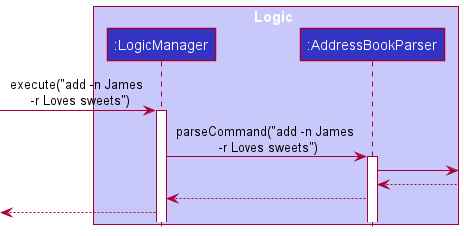
The PlantUML diagram docs/images/AddSequenceDiagram1.png in nus-cs2103-AY2021S2/tp, before a commit. The source it was exported from:
```plantuml
@startuml
!include style.puml

box Logic LOGIC_COLOR_T1
participant ":LogicManager" as LogicManager LOGIC_COLOR
participant ":AddressBookParser" as AddressBookParser LOGIC_COLOR
end box

[-> LogicManager : execute("add -n James \n -r Loves sweets")
activate LogicManager

LogicManager -> AddressBookParser : parseCommand("add -n James \n -r Loves sweets")
activate AddressBookParser

AddressBookParser ->
AddressBookParser <--

LogicManager <-- AddressBookParser

<-- LogicManager

@enduml
```
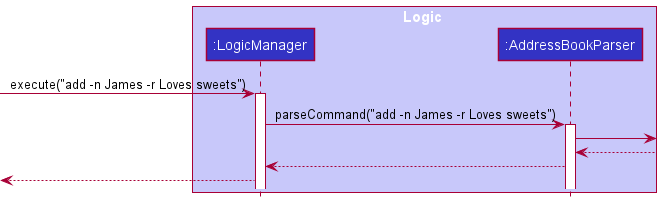
The same diagram one commit later.

Change to the diagram source:
```diff
@@ -6,10 +6,10 @@
 participant ":AddressBookParser" as AddressBookParser LOGIC_COLOR
 end box
 
-[-> LogicManager : execute("add -n James \n -r Loves sweets")
+[-> LogicManager : execute("add -n James -r Loves sweets")
 activate LogicManager
 
-LogicManager -> AddressBookParser : parseCommand("add -n James \n -r Loves sweets")
+LogicManager -> AddressBookParser : parseCommand("add -n James -r Loves sweets")
 activate AddressBookParser
 
 AddressBookParser ->
```
